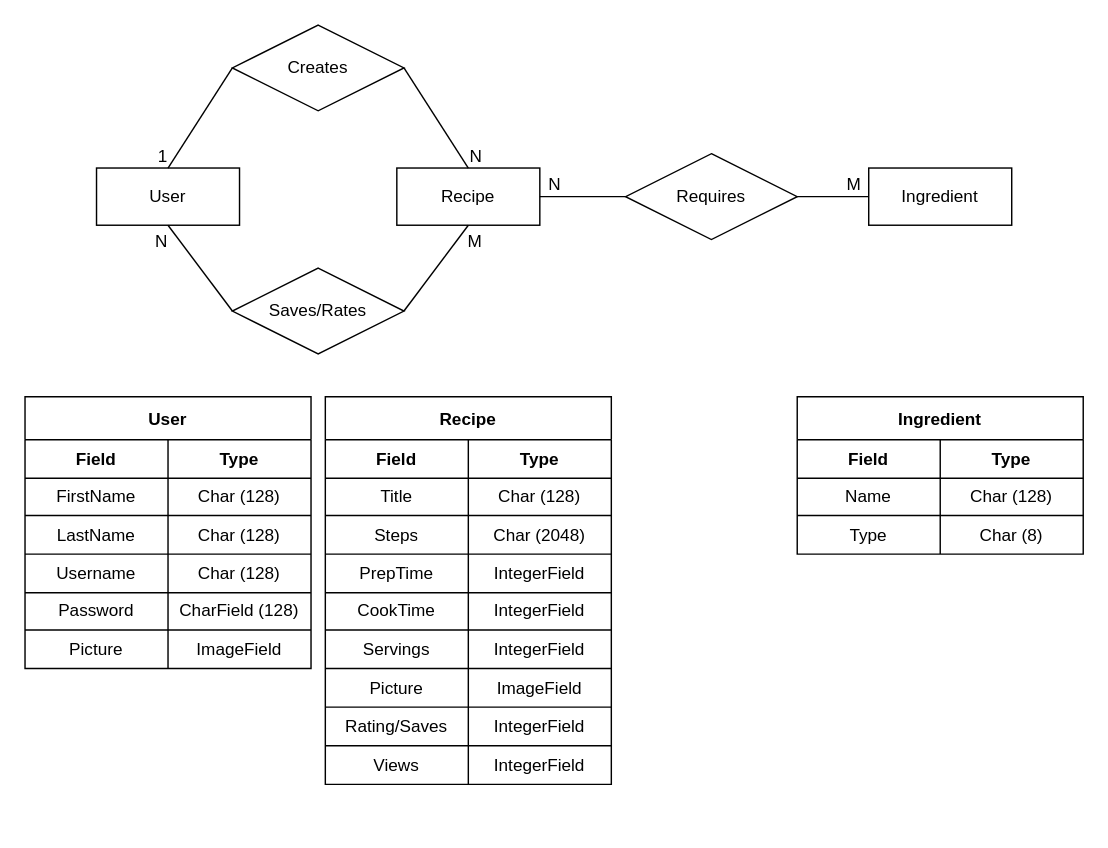
Before: Untitled Diagram.drawio in stellaevat/wad2_team1a_pantry, a draw.io diagram. Source tidied: cells renumbered, new cells numbered last; positions are measured from the earlier drawing's top-left corner, leaving out a move shared by most shapes. Both pictures are drawn from the tidied source at 143%, with x=0, y=0 at pixel (24, 24).
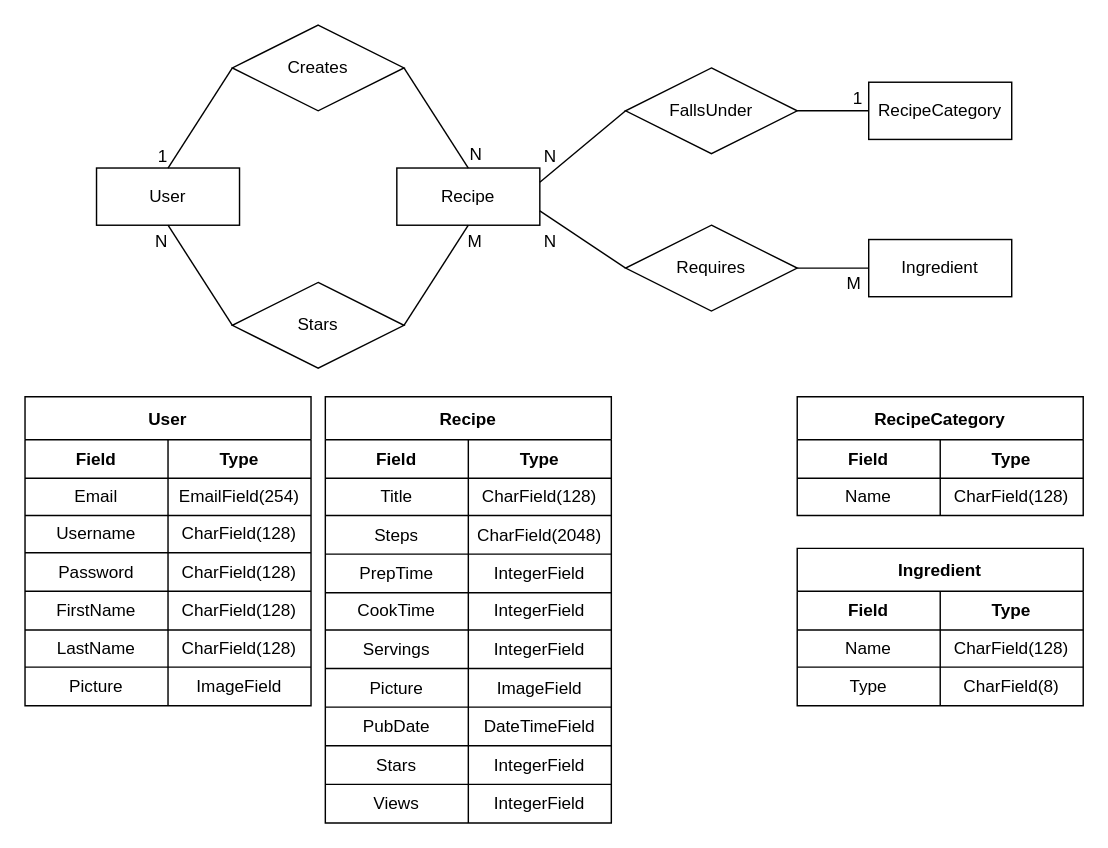
After the change.

The change refers to these unchanged cells:
```xml
<mxCell id="3" value="Recipe" style="whiteSpace=wrap;html=1;align=center;" parent="1" vertex="1">
  <mxGeometry x="260" y="100" width="100" height="40" as="geometry" />
</mxCell>
<mxCell id="14" style="endArrow=none;html=1;rounded=0;exitX=1;exitY=0.5;exitDx=0;exitDy=0;entryX=0.5;entryY=0;entryDx=0;entryDy=0;" parent="1" edge="1" source="5" target="3">
  <mxGeometry relative="1" as="geometry" />
</mxCell>
<mxCell id="18" style="endArrow=none;html=1;rounded=0;exitX=1;exitY=0.5;exitDx=0;exitDy=0;entryX=0;entryY=0.5;entryDx=0;entryDy=0;" parent="1" edge="1" source="7" target="4">
  <mxGeometry relative="1" as="geometry" />
</mxCell>
<mxCell id="24" style="shape=tableRow;horizontal=0;startSize=0;swimlaneHead=0;swimlaneBody=0;top=0;left=0;bottom=0;right=0;fillColor=none;" parent="20" vertex="1">
  <mxGeometry y="57" width="200" height="26" as="geometry" />
</mxCell>
<mxCell id="27" style="shape=tableRow;horizontal=0;startSize=0;swimlaneHead=0;swimlaneBody=0;top=0;left=0;bottom=0;right=0;fillColor=none;" parent="20" vertex="1">
  <mxGeometry y="83" width="200" height="27" as="geometry" />
</mxCell>
<mxCell id="52" style="shape=tableRow;horizontal=0;startSize=0;swimlaneHead=0;swimlaneBody=0;top=0;left=0;bottom=0;right=0;fillColor=none;" parent="48" vertex="1">
  <mxGeometry y="57" width="200" height="26" as="geometry" />
</mxCell>
```

Change to the diagram source:
```diff
@@
     <mxCell id="4" value="Ingredient" style="whiteSpace=wrap;html=1;align=center;" parent="1" vertex="1">
-      <mxGeometry x="590" y="100" width="100" height="40" as="geometry" />
+      <mxGeometry x="590" y="150" width="100" height="40" as="geometry" />
     </mxCell>
@@
-    <mxCell id="6" value="Saves/Rates" style="shape=rhombus;perimeter=rhombusPerimeter;whiteSpace=wrap;html=1;align=center;" parent="1" vertex="1">
-      <mxGeometry x="145" y="170" width="120" height="60" as="geometry" />
+    <mxCell id="6" value="Stars" style="shape=rhombus;perimeter=rhombusPerimeter;whiteSpace=wrap;html=1;align=center;" parent="1" vertex="1">
+      <mxGeometry x="145" y="180" width="120" height="60" as="geometry" />
     </mxCell>
     <mxCell id="7" value="Requires" style="shape=rhombus;perimeter=rhombusPerimeter;whiteSpace=wrap;html=1;align=center;" parent="1" vertex="1">
-      <mxGeometry x="420" y="90" width="120" height="60" as="geometry" />
+      <mxGeometry x="420" y="140" width="120" height="60" as="geometry" />
     </mxCell>
@@
     <mxCell id="15" value="N" style="html=1;align=right;verticalAlign=bottom;" parent="14" vertex="1">
       <mxGeometry x="1" relative="1" as="geometry">
-        <mxPoint x="10" as="offset" />
+        <mxPoint x="10" y="-1" as="offset" />
       </mxGeometry>
     </mxCell>
-    <mxCell id="16" style="endArrow=none;html=1;rounded=0;exitX=0;exitY=0.5;exitDx=0;exitDy=0;entryX=1;entryY=0.5;entryDx=0;entryDy=0;" parent="1" edge="1" source="7" target="3">
+    <mxCell id="16" style="endArrow=none;html=1;rounded=0;exitX=0;exitY=0.5;exitDx=0;exitDy=0;entryX=1;entryY=0.75;entryDx=0;entryDy=0;" parent="1" edge="1" source="7" target="3">
       <mxGeometry relative="1" as="geometry" />
     </mxCell>
     <mxCell id="17" value="N" style="html=1;align=right;verticalAlign=bottom;" parent="16" vertex="1">
       <mxGeometry x="1" relative="1" as="geometry">
-        <mxPoint x="15" as="offset" />
+        <mxPoint x="12" y="30" as="offset" />
       </mxGeometry>
     </mxCell>
@@
     <mxCell id="19" value="M" style="html=1;align=right;verticalAlign=bottom;" parent="18" vertex="1">
       <mxGeometry x="1" relative="1" as="geometry">
-        <mxPoint x="-5" as="offset" />
+        <mxPoint x="-5" y="19" as="offset" />
       </mxGeometry>
     </mxCell>
     <mxCell id="20" value="Recipe" style="shape=table;startSize=30;childLayout=tableLayout;fontStyle=1;" parent="1" vertex="1">
-      <mxGeometry x="210" y="260" width="200" height="271" as="geometry" />
+      <mxGeometry x="210" y="260" width="200" height="298" as="geometry" />
     </mxCell>
@@
-    <mxCell id="26" value="Char (128)" style="shape=partialRectangle;html=1;whiteSpace=wrap;overflow=hidden;fillColor=none;top=0;left=0;bottom=0;right=0;" parent="24" vertex="1">
+    <mxCell id="26" value="CharField(128)" style="shape=partialRectangle;html=1;whiteSpace=wrap;overflow=hidden;fillColor=none;top=0;left=0;bottom=0;right=0;" parent="24" vertex="1">
       <mxGeometry x="100" width="100" height="26" as="geometry" />
     </mxCell>
@@
-    <mxCell id="29" value="Char (2048)" style="shape=partialRectangle;html=1;whiteSpace=wrap;overflow=hidden;fillColor=none;top=0;left=0;bottom=0;right=0;" parent="27" vertex="1">
+    <mxCell id="29" value="CharField(2048)" style="shape=partialRectangle;html=1;whiteSpace=wrap;overflow=hidden;fillColor=none;top=0;left=0;bottom=0;right=0;" parent="27" vertex="1">
       <mxGeometry x="100" width="100" height="27" as="geometry" />
     </mxCell>
@@
+    <mxCell id="77" style="shape=tableRow;horizontal=0;startSize=0;swimlaneHead=0;swimlaneBody=0;top=0;left=0;bottom=0;right=0;fillColor=none;" parent="20" vertex="1">
+      <mxGeometry y="217" width="200" height="27" as="geometry" />
+    </mxCell>
+    <mxCell id="78" value="PubDate" style="shape=partialRectangle;html=1;whiteSpace=wrap;overflow=hidden;fillColor=none;top=0;left=0;bottom=0;right=0;" parent="77" vertex="1">
+      <mxGeometry width="100" height="27" as="geometry" />
+    </mxCell>
+    <mxCell id="79" value="DateTimeField" style="shape=partialRectangle;html=1;whiteSpace=wrap;overflow=hidden;fillColor=none;top=0;left=0;bottom=0;right=0;" parent="77" vertex="1">
+      <mxGeometry x="100" width="100" height="27" as="geometry" />
+    </mxCell>
     <mxCell id="42" style="shape=tableRow;horizontal=0;startSize=0;swimlaneHead=0;swimlaneBody=0;top=0;left=0;bottom=0;right=0;fillColor=none;" parent="20" vertex="1">
-      <mxGeometry y="217" width="200" height="27" as="geometry" />
+      <mxGeometry y="244" width="200" height="27" as="geometry" />
     </mxCell>
-    <mxCell id="43" value="Rating/Saves" style="shape=partialRectangle;html=1;whiteSpace=wrap;overflow=hidden;fillColor=none;top=0;left=0;bottom=0;right=0;" parent="42" vertex="1">
+    <mxCell id="43" value="Stars" style="shape=partialRectangle;html=1;whiteSpace=wrap;overflow=hidden;fillColor=none;top=0;left=0;bottom=0;right=0;" parent="42" vertex="1">
       <mxGeometry width="100" height="27" as="geometry" />
     </mxCell>
@@
     <mxCell id="45" style="shape=tableRow;horizontal=0;startSize=0;swimlaneHead=0;swimlaneBody=0;top=0;left=0;bottom=0;right=0;fillColor=none;" parent="20" vertex="1">
-      <mxGeometry y="244" width="200" height="27" as="geometry" />
+      <mxGeometry y="271" width="200" height="27" as="geometry" />
     </mxCell>
@@
-    <mxCell id="48" value="Ingredient" style="shape=table;startSize=30;childLayout=tableLayout;fontStyle=1;" parent="1" vertex="1">
-      <mxGeometry x="540" y="260" width="200" height="110" as="geometry" />
+    <mxCell id="48" value="RecipeCategory" style="shape=table;startSize=30;childLayout=tableLayout;fontStyle=1;" parent="1" vertex="1">
+      <mxGeometry x="540" y="260" width="200" height="83" as="geometry" />
     </mxCell>
@@
-    <mxCell id="54" value="Char (128)" style="shape=partialRectangle;html=1;whiteSpace=wrap;overflow=hidden;fillColor=none;top=0;left=0;bottom=0;right=0;" parent="52" vertex="1">
+    <mxCell id="54" value="CharField(128)" style="shape=partialRectangle;html=1;whiteSpace=wrap;overflow=hidden;fillColor=none;top=0;left=0;bottom=0;right=0;" parent="52" vertex="1">
       <mxGeometry x="100" width="100" height="26" as="geometry" />
     </mxCell>
-    <mxCell id="55" style="shape=tableRow;horizontal=0;startSize=0;swimlaneHead=0;swimlaneBody=0;top=0;left=0;bottom=0;right=0;fillColor=none;" parent="48" vertex="1">
-      <mxGeometry y="83" width="200" height="27" as="geometry" />
-    </mxCell>
-    <mxCell id="56" value="Type" style="shape=partialRectangle;html=1;whiteSpace=wrap;overflow=hidden;fillColor=none;top=0;left=0;bottom=0;right=0;" parent="55" vertex="1">
-      <mxGeometry width="100" height="27" as="geometry" />
-    </mxCell>
-    <mxCell id="57" value="Char (8)" style="shape=partialRectangle;html=1;whiteSpace=wrap;overflow=hidden;fillColor=none;top=0;left=0;bottom=0;right=0;" parent="55" vertex="1">
-      <mxGeometry x="100" width="100" height="27" as="geometry" />
-    </mxCell>
     <mxCell id="58" value="User" style="shape=table;startSize=30;childLayout=tableLayout;fontStyle=1;" parent="1" vertex="1">
-      <mxGeometry y="260" width="200" height="190" as="geometry" />
+      <mxGeometry y="260" width="200" height="216" as="geometry" />
     </mxCell>
@@
+    <mxCell id="80" style="shape=tableRow;horizontal=0;startSize=0;swimlaneHead=0;swimlaneBody=0;top=0;left=0;bottom=0;right=0;fillColor=none;" parent="58" vertex="1">
+      <mxGeometry y="57" width="200" height="26" as="geometry" />
+    </mxCell>
+    <mxCell id="81" value="Email" style="shape=partialRectangle;html=1;whiteSpace=wrap;overflow=hidden;fillColor=none;top=0;left=0;bottom=0;right=0;" parent="80" vertex="1">
+      <mxGeometry width="100" height="26" as="geometry" />
+    </mxCell>
+    <mxCell id="82" value="EmailField(254)" style="shape=partialRectangle;html=1;whiteSpace=wrap;overflow=hidden;fillColor=none;top=0;left=0;bottom=0;right=0;" parent="80" vertex="1">
+      <mxGeometry x="100" width="100" height="26" as="geometry" />
+    </mxCell>
     <mxCell id="62" style="shape=tableRow;horizontal=0;startSize=0;swimlaneHead=0;swimlaneBody=0;top=0;left=0;bottom=0;right=0;fillColor=none;" parent="58" vertex="1">
-      <mxGeometry y="57" width="200" height="26" as="geometry" />
+      <mxGeometry y="83" width="200" height="26" as="geometry" />
     </mxCell>
-    <mxCell id="63" value="FirstName" style="shape=partialRectangle;html=1;whiteSpace=wrap;overflow=hidden;fillColor=none;top=0;left=0;bottom=0;right=0;" parent="62" vertex="1">
+    <mxCell id="63" value="Username" style="shape=partialRectangle;html=1;whiteSpace=wrap;overflow=hidden;fillColor=none;top=0;left=0;bottom=0;right=0;" parent="62" vertex="1">
       <mxGeometry width="100" height="26" as="geometry" />
     </mxCell>
-    <mxCell id="64" value="Char (128)" style="shape=partialRectangle;html=1;whiteSpace=wrap;overflow=hidden;fillColor=none;top=0;left=0;bottom=0;right=0;" parent="62" vertex="1">
+    <mxCell id="64" value="CharField(128)" style="shape=partialRectangle;html=1;whiteSpace=wrap;overflow=hidden;fillColor=none;top=0;left=0;bottom=0;right=0;" parent="62" vertex="1">
       <mxGeometry x="100" width="100" height="26" as="geometry" />
     </mxCell>
     <mxCell id="65" style="shape=tableRow;horizontal=0;startSize=0;swimlaneHead=0;swimlaneBody=0;top=0;left=0;bottom=0;right=0;fillColor=none;" parent="58" vertex="1">
-      <mxGeometry y="83" width="200" height="27" as="geometry" />
+      <mxGeometry y="109" width="200" height="27" as="geometry" />
     </mxCell>
-    <mxCell id="66" value="LastName" style="shape=partialRectangle;html=1;whiteSpace=wrap;overflow=hidden;fillColor=none;top=0;left=0;bottom=0;right=0;" parent="65" vertex="1">
+    <mxCell id="66" value="Password" style="shape=partialRectangle;html=1;whiteSpace=wrap;overflow=hidden;fillColor=none;top=0;left=0;bottom=0;right=0;" parent="65" vertex="1">
       <mxGeometry width="100" height="27" as="geometry" />
     </mxCell>
-    <mxCell id="67" value="Char (128)" style="shape=partialRectangle;html=1;whiteSpace=wrap;overflow=hidden;fillColor=none;top=0;left=0;bottom=0;right=0;" parent="65" vertex="1">
+    <mxCell id="67" value="CharField(128)" style="shape=partialRectangle;html=1;whiteSpace=wrap;overflow=hidden;fillColor=none;top=0;left=0;bottom=0;right=0;" parent="65" vertex="1">
       <mxGeometry x="100" width="100" height="27" as="geometry" />
     </mxCell>
     <mxCell id="68" style="shape=tableRow;horizontal=0;startSize=0;swimlaneHead=0;swimlaneBody=0;top=0;left=0;bottom=0;right=0;fillColor=none;" parent="58" vertex="1">
-      <mxGeometry y="110" width="200" height="27" as="geometry" />
+      <mxGeometry y="136" width="200" height="27" as="geometry" />
     </mxCell>
-    <mxCell id="69" value="Username" style="shape=partialRectangle;html=1;whiteSpace=wrap;overflow=hidden;fillColor=none;top=0;left=0;bottom=0;right=0;" parent="68" vertex="1">
+    <mxCell id="69" value="FirstName" style="shape=partialRectangle;html=1;whiteSpace=wrap;overflow=hidden;fillColor=none;top=0;left=0;bottom=0;right=0;" parent="68" vertex="1">
       <mxGeometry width="100" height="27" as="geometry" />
     </mxCell>
-    <mxCell id="70" value="Char (128)" style="shape=partialRectangle;html=1;whiteSpace=wrap;overflow=hidden;fillColor=none;top=0;left=0;bottom=0;right=0;" parent="68" vertex="1">
+    <mxCell id="70" value="CharField(128)" style="shape=partialRectangle;html=1;whiteSpace=wrap;overflow=hidden;fillColor=none;top=0;left=0;bottom=0;right=0;" parent="68" vertex="1">
       <mxGeometry x="100" width="100" height="27" as="geometry" />
     </mxCell>
     <mxCell id="71" style="shape=tableRow;horizontal=0;startSize=0;swimlaneHead=0;swimlaneBody=0;top=0;left=0;bottom=0;right=0;fillColor=none;" parent="58" vertex="1">
-      <mxGeometry y="137" width="200" height="26" as="geometry" />
+      <mxGeometry y="163" width="200" height="26" as="geometry" />
     </mxCell>
-    <mxCell id="72" value="Password" style="shape=partialRectangle;html=1;whiteSpace=wrap;overflow=hidden;fillColor=none;top=0;left=0;bottom=0;right=0;" parent="71" vertex="1">
+    <mxCell id="72" value="LastName" style="shape=partialRectangle;html=1;whiteSpace=wrap;overflow=hidden;fillColor=none;top=0;left=0;bottom=0;right=0;" parent="71" vertex="1">
       <mxGeometry width="100" height="26" as="geometry" />
     </mxCell>
-    <mxCell id="73" value="CharField (128)" style="shape=partialRectangle;html=1;whiteSpace=wrap;overflow=hidden;fillColor=none;top=0;left=0;bottom=0;right=0;" parent="71" vertex="1">
+    <mxCell id="73" value="CharField(128)" style="shape=partialRectangle;html=1;whiteSpace=wrap;overflow=hidden;fillColor=none;top=0;left=0;bottom=0;right=0;" parent="71" vertex="1">
       <mxGeometry x="100" width="100" height="26" as="geometry" />
     </mxCell>
     <mxCell id="74" style="shape=tableRow;horizontal=0;startSize=0;swimlaneHead=0;swimlaneBody=0;top=0;left=0;bottom=0;right=0;fillColor=none;" parent="58" vertex="1">
-      <mxGeometry y="163" width="200" height="27" as="geometry" />
+      <mxGeometry y="189" width="200" height="27" as="geometry" />
     </mxCell>
@@
+    <mxCell id="83" value="RecipeCategory" style="whiteSpace=wrap;html=1;align=center;" parent="1" vertex="1">
+      <mxGeometry x="590" y="40" width="100" height="40" as="geometry" />
+    </mxCell>
+    <mxCell id="84" value="FallsUnder" style="shape=rhombus;perimeter=rhombusPerimeter;whiteSpace=wrap;html=1;align=center;" parent="1" vertex="1">
+      <mxGeometry x="420" y="30" width="120" height="60" as="geometry" />
+    </mxCell>
+    <mxCell id="85" style="endArrow=none;html=1;rounded=0;exitX=1;exitY=0.5;exitDx=0;exitDy=0;entryX=0;entryY=0.5;entryDx=0;entryDy=0;" parent="1" edge="1" source="84" target="83">
+      <mxGeometry relative="1" as="geometry" />
+    </mxCell>
+    <mxCell id="86" value="1" style="html=1;align=right;verticalAlign=bottom;" parent="85" vertex="1">
+      <mxGeometry x="1" relative="1" as="geometry">
+        <mxPoint x="-4" as="offset" />
+      </mxGeometry>
+    </mxCell>
+    <mxCell id="87" style="endArrow=none;html=1;rounded=0;exitX=1;exitY=0.25;exitDx=0;exitDy=0;entryX=0;entryY=0.5;entryDx=0;entryDy=0;" parent="1" edge="1" source="3" target="84">
+      <mxGeometry relative="1" as="geometry" />
+    </mxCell>
+    <mxCell id="88" value="N" style="html=1;align=right;verticalAlign=bottom;" parent="87" vertex="1">
+      <mxGeometry x="1" relative="1" as="geometry">
+        <mxPoint x="-48" y="40" as="offset" />
+      </mxGeometry>
+    </mxCell>
+    <mxCell id="89" value="Ingredient" style="shape=table;startSize=30;childLayout=tableLayout;fontStyle=1;" parent="1" vertex="1">
+      <mxGeometry x="540" y="366" width="200" height="110" as="geometry" />
+    </mxCell>
+    <mxCell id="90" style="shape=tableRow;horizontal=0;startSize=0;swimlaneHead=0;swimlaneBody=0;top=0;left=0;bottom=0;right=0;fillColor=none;" parent="89" vertex="1">
+      <mxGeometry y="30" width="200" height="27" as="geometry" />
+    </mxCell>
+    <mxCell id="91" value="&lt;b&gt;Field&lt;/b&gt;" style="shape=partialRectangle;html=1;whiteSpace=wrap;overflow=hidden;fillColor=none;top=0;left=0;bottom=0;right=0;" parent="90" vertex="1">
+      <mxGeometry width="100" height="27" as="geometry" />
+    </mxCell>
+    <mxCell id="92" value="&lt;b&gt;Type&lt;/b&gt;" style="shape=partialRectangle;html=1;whiteSpace=wrap;overflow=hidden;fillColor=none;top=0;left=0;bottom=0;right=0;" parent="90" vertex="1">
+      <mxGeometry x="100" width="100" height="27" as="geometry" />
+    </mxCell>
+    <mxCell id="93" style="shape=tableRow;horizontal=0;startSize=0;swimlaneHead=0;swimlaneBody=0;top=0;left=0;bottom=0;right=0;fillColor=none;" parent="89" vertex="1">
+      <mxGeometry y="57" width="200" height="26" as="geometry" />
+    </mxCell>
+    <mxCell id="94" value="Name" style="shape=partialRectangle;html=1;whiteSpace=wrap;overflow=hidden;fillColor=none;top=0;left=0;bottom=0;right=0;" parent="93" vertex="1">
+      <mxGeometry width="100" height="26" as="geometry" />
+    </mxCell>
+    <mxCell id="95" value="CharField(128)" style="shape=partialRectangle;html=1;whiteSpace=wrap;overflow=hidden;fillColor=none;top=0;left=0;bottom=0;right=0;" parent="93" vertex="1">
+      <mxGeometry x="100" width="100" height="26" as="geometry" />
+    </mxCell>
+    <mxCell id="55" style="shape=tableRow;horizontal=0;startSize=0;swimlaneHead=0;swimlaneBody=0;top=0;left=0;bottom=0;right=0;fillColor=none;" parent="89" vertex="1">
+      <mxGeometry y="83" width="200" height="27" as="geometry" />
+    </mxCell>
+    <mxCell id="56" value="Type" style="shape=partialRectangle;html=1;whiteSpace=wrap;overflow=hidden;fillColor=none;top=0;left=0;bottom=0;right=0;" parent="55" vertex="1">
+      <mxGeometry width="100" height="27" as="geometry" />
+    </mxCell>
+    <mxCell id="96" value="CharField(8)" style="shape=partialRectangle;html=1;whiteSpace=wrap;overflow=hidden;fillColor=none;top=0;left=0;bottom=0;right=0;" parent="55" vertex="1">
+      <mxGeometry x="100" width="100" height="27" as="geometry" />
+    </mxCell>
```
